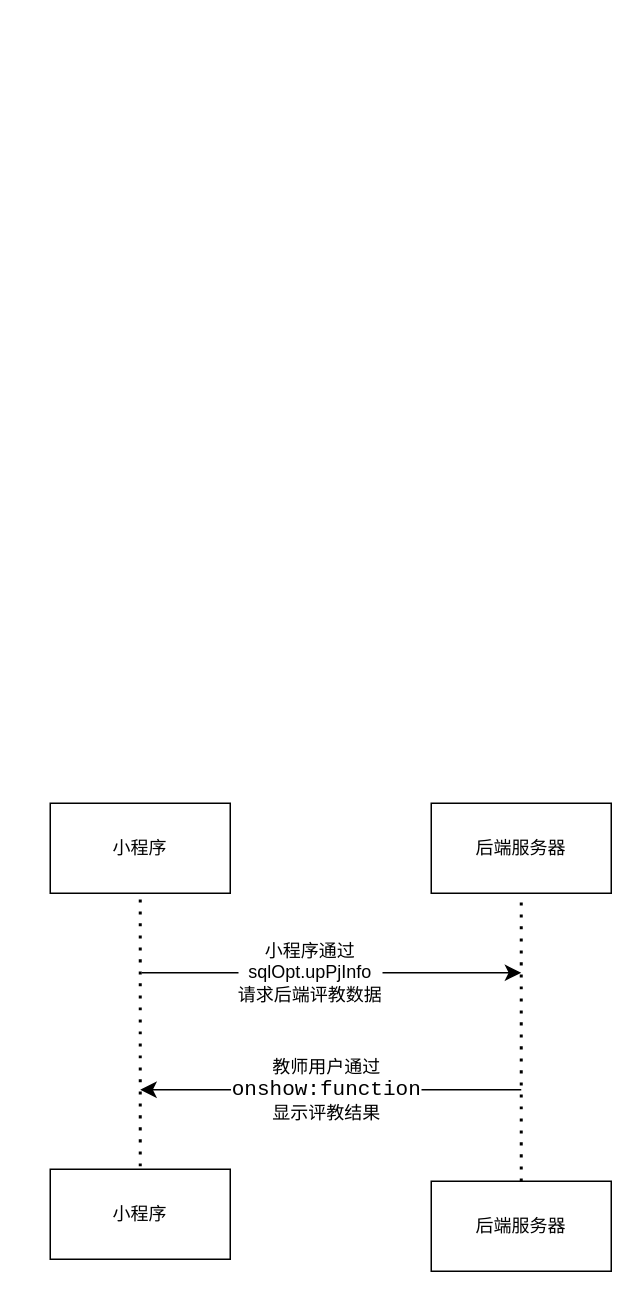
This is page "第 7 页" (7 of 7) of 未命名绘图.drawio from mao-user/2024code, a draw.io file, before an edit. Source tidied: cells renumbered, new cells numbered last; positions are measured from the earlier drawing's top-left corner, leaving out a move shared by most shapes. Both pictures are drawn from the tidied source at 150%, with x=0, y=0 at pixel (50, 802).
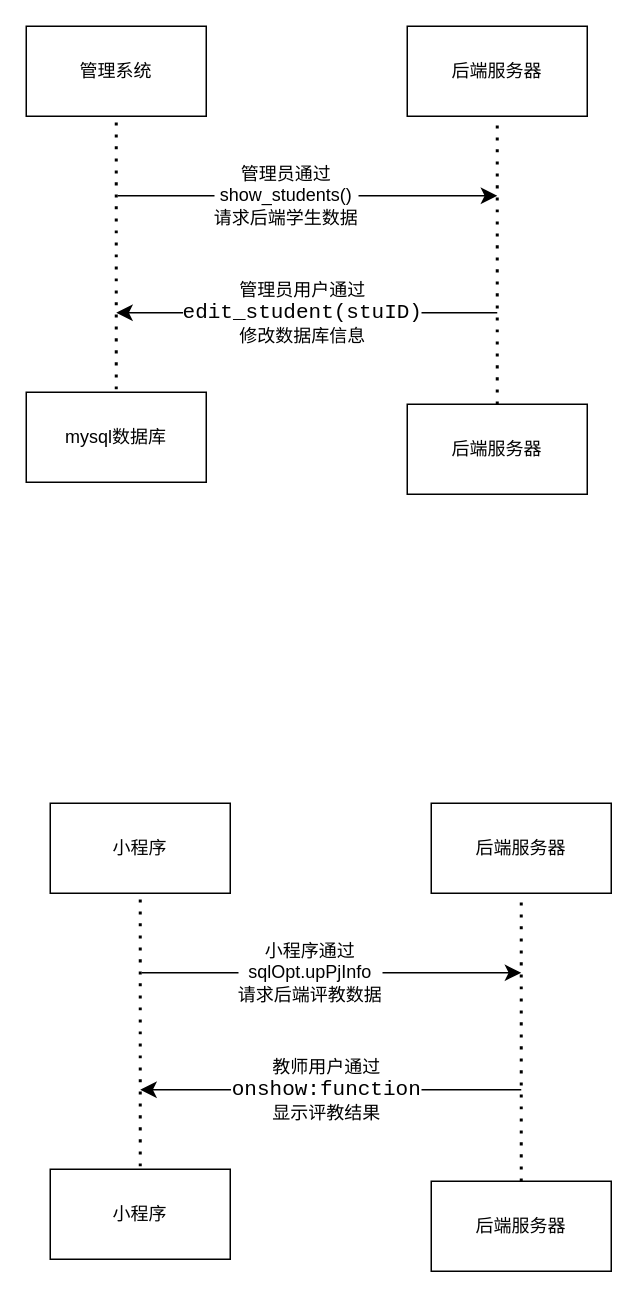
The same page after the edit.

The edit, as a diff of the source:
```diff
@@
+    <mxCell id="13" value="管理系统" style="rounded=0;whiteSpace=wrap;html=1;" parent="1" vertex="1">
+      <mxGeometry x="-16" y="-518" width="120" height="60" as="geometry" />
+    </mxCell>
+    <mxCell id="14" value="mysql数据库" style="rounded=0;whiteSpace=wrap;html=1;" parent="1" vertex="1">
+      <mxGeometry x="-16" y="-274" width="120" height="60" as="geometry" />
+    </mxCell>
+    <mxCell id="15" value="后端服务器" style="rounded=0;whiteSpace=wrap;html=1;" parent="1" vertex="1">
+      <mxGeometry x="238" y="-518" width="120" height="60" as="geometry" />
+    </mxCell>
+    <mxCell id="16" value="后端服务器" style="rounded=0;whiteSpace=wrap;html=1;" parent="1" vertex="1">
+      <mxGeometry x="238" y="-266" width="120" height="60" as="geometry" />
+    </mxCell>
+    <mxCell id="17" style="endArrow=none;dashed=1;html=1;dashPattern=1 3;strokeWidth=2;rounded=0;fontSize=12;startSize=8;endSize=8;curved=1;entryX=0.5;entryY=1;entryDx=0;entryDy=0;" parent="1" edge="1" target="13">
+      <mxGeometry relative="1" as="geometry">
+        <mxPoint x="44" y="-276" as="sourcePoint" />
+      </mxGeometry>
+    </mxCell>
+    <mxCell id="18" style="endArrow=none;dashed=1;html=1;dashPattern=1 3;strokeWidth=2;rounded=0;fontSize=12;startSize=8;endSize=8;curved=1;entryX=0.5;entryY=1;entryDx=0;entryDy=0;" parent="1" edge="1" source="16" target="15">
+      <mxGeometry relative="1" as="geometry" />
+    </mxCell>
+    <mxCell id="19" style="endArrow=classic;html=1;rounded=0;fontSize=12;startSize=8;endSize=8;curved=1;" parent="1" edge="1">
+      <mxGeometry relative="1" as="geometry">
+        <mxPoint x="45" y="-405" as="sourcePoint" />
+        <mxPoint x="298" y="-405" as="targetPoint" />
+      </mxGeometry>
+    </mxCell>
+    <mxCell id="20" value="&lt;br&gt;&lt;div&gt;&lt;br&gt;&lt;/div&gt;" style="edgeLabel;html=1;align=center;verticalAlign=middle;fontSize=12;" parent="19" vertex="1">
+      <mxGeometry x="-0.11" y="1" relative="1" as="geometry" />
+    </mxCell>
+    <mxCell id="21" value="管理员通过&lt;br&gt;&lt;div&gt;show_students()&lt;/div&gt;&lt;div&gt;&lt;span style=&quot;color: light-dark(rgb(0, 0, 0), rgb(237, 237, 237)); background-color: light-dark(#ffffff, var(--ge-dark-color, #121212));&quot;&gt;请求后端学生数据&lt;/span&gt;&lt;/div&gt;" style="edgeLabel;html=1;align=center;verticalAlign=middle;fontSize=12;" parent="19" vertex="1">
+      <mxGeometry x="-0.12" y="1" relative="1" as="geometry" />
+    </mxCell>
+    <mxCell id="22" style="endArrow=classic;html=1;rounded=0;fontSize=12;startSize=8;endSize=8;curved=1;" parent="1" edge="1">
+      <mxGeometry relative="1" as="geometry">
+        <mxPoint x="298" y="-327" as="sourcePoint" />
+        <mxPoint x="44" y="-327" as="targetPoint" />
+      </mxGeometry>
+    </mxCell>
+    <mxCell id="23" value="管理员用户通过&lt;div&gt;&lt;font face=&quot;Consolas, Courier New, monospace&quot;&gt;&lt;span style=&quot;font-size: 14px; white-space-collapse: preserve;&quot;&gt;edit_student(stuID)&lt;/span&gt;&lt;/font&gt;&lt;/div&gt;&lt;div&gt;修改数据库信息&lt;/div&gt;" style="edgeLabel;html=1;align=center;verticalAlign=middle;fontSize=12;" parent="22" vertex="1">
+      <mxGeometry x="0.03" y="-1" relative="1" as="geometry" />
+    </mxCell>
```
